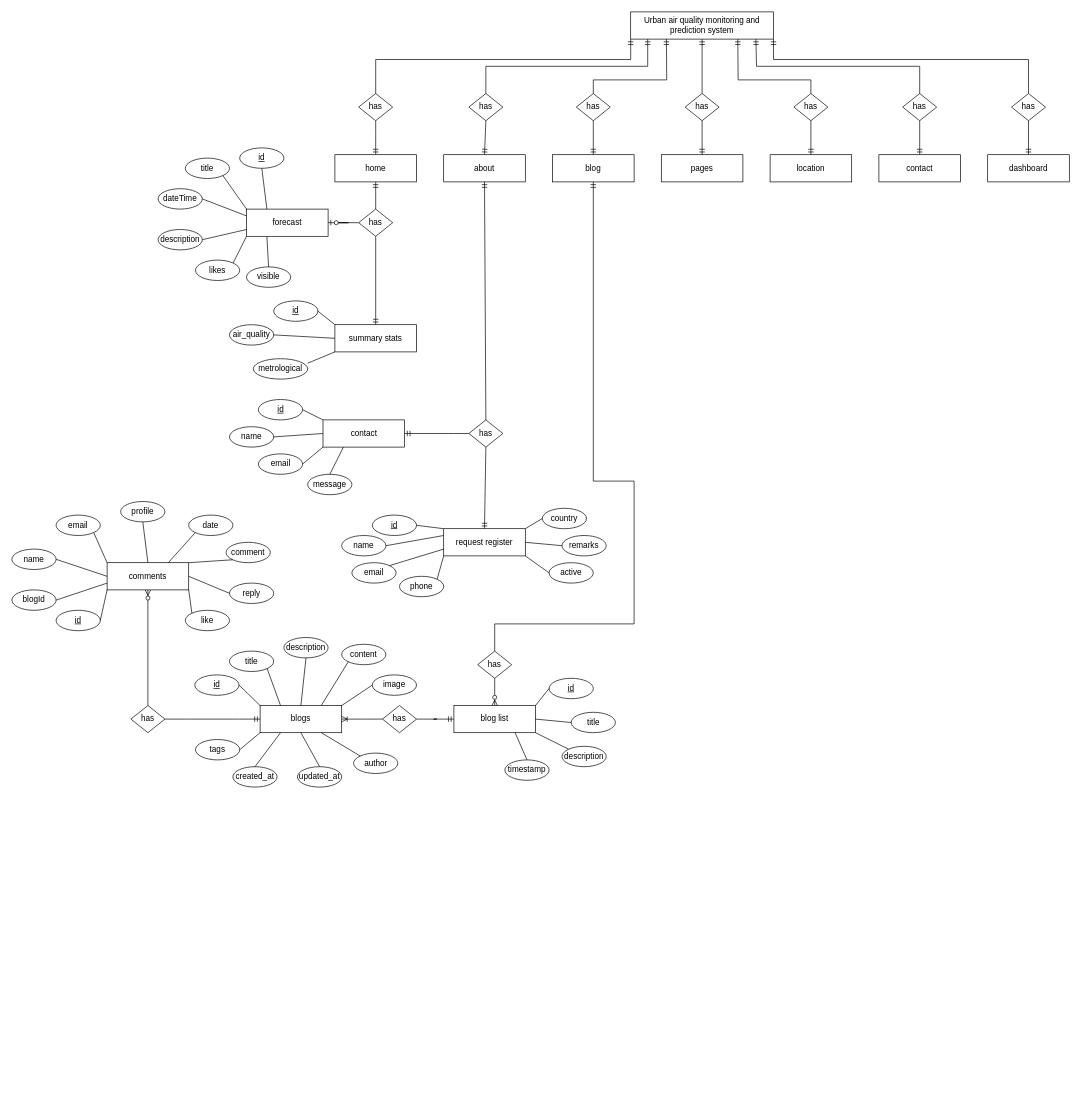
Before: air_quality/erd.drawio in kavicastelo/drawio, a draw.io diagram. Source tidied: cells renumbered, new cells numbered last; positions are measured from the earlier drawing's top-left corner, leaving out a move shared by most shapes. Both pictures are drawn from the tidied source at 68%, with x=0, y=0 at pixel (12, 12).
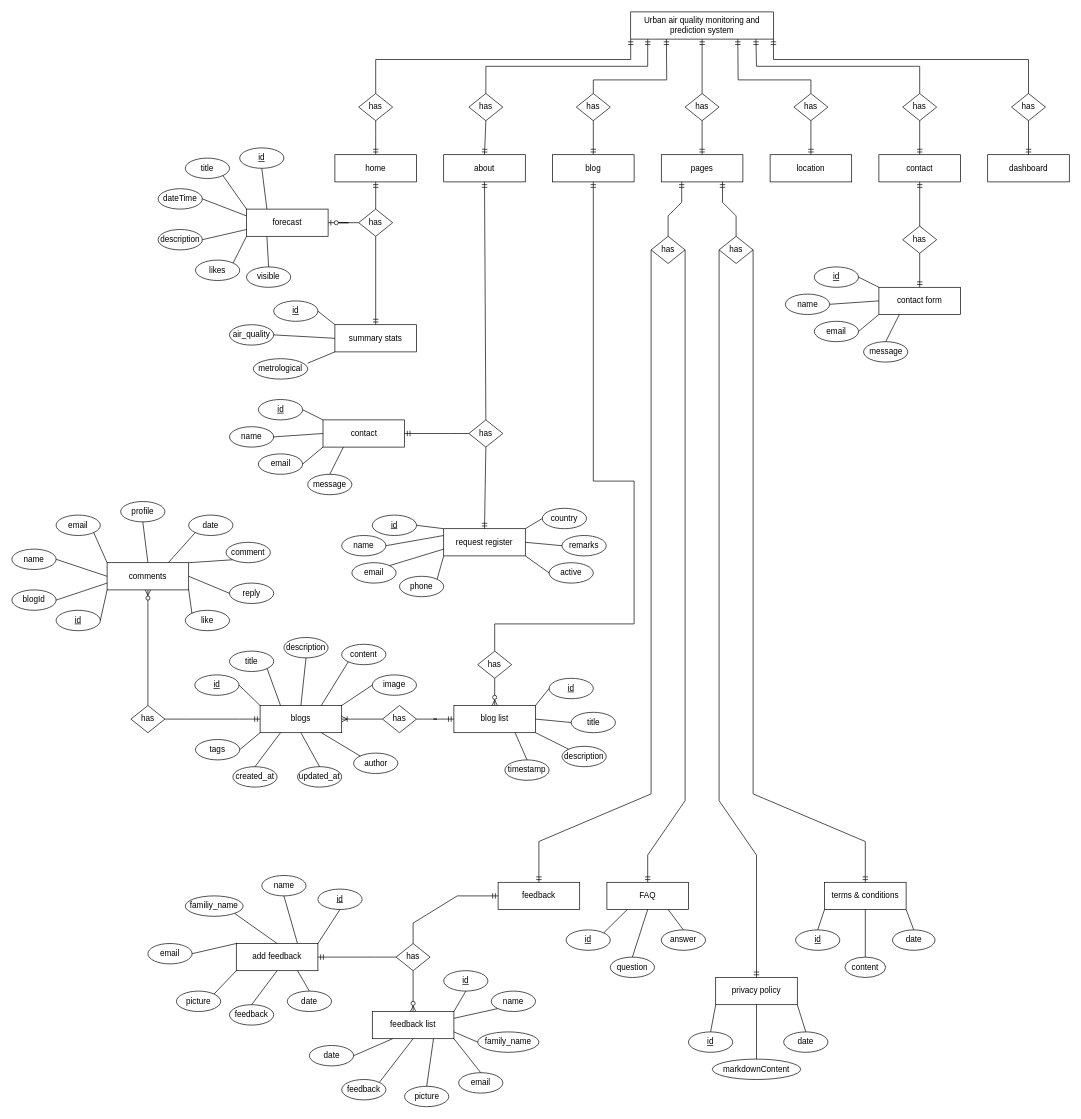
After the change.

The change refers to these unchanged cells:
```xml
<mxCell id="23" value="pages" style="rounded=0;whiteSpace=wrap;html=1;" parent="1" vertex="1">
  <mxGeometry x="955" y="210" width="120" height="40" as="geometry" />
</mxCell>
<mxCell id="24" value="contact" style="rounded=0;whiteSpace=wrap;html=1;" parent="1" vertex="1">
  <mxGeometry x="1275" y="210" width="120" height="40" as="geometry" />
</mxCell>
```

Change to the diagram source:
```diff
@@
+    <mxCell id="139" value="has" style="rhombus;whiteSpace=wrap;html=1;" parent="1" vertex="1">
+      <mxGeometry x="940" y="330" width="50" height="40" as="geometry" />
+    </mxCell>
+    <mxCell id="140" value="has" style="rhombus;whiteSpace=wrap;html=1;" parent="1" vertex="1">
+      <mxGeometry x="1040" y="330" width="50" height="40" as="geometry" />
+    </mxCell>
+    <mxCell id="141" style="fontSize=12;html=1;endArrow=ERmandOne;rounded=0;exitX=0.5;exitY=0;exitDx=0;exitDy=0;entryX=0.25;entryY=1;entryDx=0;entryDy=0;" parent="1" edge="1" source="139" target="23">
+      <mxGeometry relative="1" as="geometry">
+        <Array as="points">
+          <mxPoint x="965" y="300" />
+          <mxPoint x="985" y="280" />
+        </Array>
+      </mxGeometry>
+    </mxCell>
+    <mxCell id="142" style="fontSize=12;html=1;endArrow=ERmandOne;rounded=0;exitX=0.5;exitY=0;exitDx=0;exitDy=0;entryX=0.75;entryY=1;entryDx=0;entryDy=0;" parent="1" edge="1" source="140" target="23">
+      <mxGeometry relative="1" as="geometry">
+        <Array as="points">
+          <mxPoint x="1065" y="300" />
+          <mxPoint x="1045" y="280" />
+        </Array>
+      </mxGeometry>
+    </mxCell>
+    <mxCell id="143" value="feedback" style="rounded=0;whiteSpace=wrap;html=1;" parent="1" vertex="1">
+      <mxGeometry x="715" y="1280" width="120" height="40" as="geometry" />
+    </mxCell>
+    <mxCell id="144" value="FAQ" style="rounded=0;whiteSpace=wrap;html=1;" parent="1" vertex="1">
+      <mxGeometry x="875" y="1280" width="120" height="40" as="geometry" />
+    </mxCell>
+    <mxCell id="145" value="privacy policy" style="rounded=0;whiteSpace=wrap;html=1;" parent="1" vertex="1">
+      <mxGeometry x="1035" y="1420" width="120" height="40" as="geometry" />
+    </mxCell>
+    <mxCell id="146" value="terms &amp;amp; conditions" style="rounded=0;whiteSpace=wrap;html=1;" parent="1" vertex="1">
+      <mxGeometry x="1195" y="1280" width="120" height="40" as="geometry" />
+    </mxCell>
+    <mxCell id="147" style="fontSize=12;html=1;endArrow=ERmandOne;rounded=0;exitX=0;exitY=0.5;exitDx=0;exitDy=0;entryX=0.5;entryY=0;entryDx=0;entryDy=0;" parent="1" edge="1" source="139" target="143">
+      <mxGeometry relative="1" as="geometry">
+        <Array as="points">
+          <mxPoint x="940" y="1150" />
+          <mxPoint x="775" y="1220" />
+        </Array>
+      </mxGeometry>
+    </mxCell>
+    <mxCell id="148" style="fontSize=12;html=1;endArrow=ERmandOne;rounded=0;exitX=1;exitY=0.5;exitDx=0;exitDy=0;entryX=0.5;entryY=0;entryDx=0;entryDy=0;" parent="1" edge="1" source="139" target="144">
+      <mxGeometry relative="1" as="geometry">
+        <Array as="points">
+          <mxPoint x="990" y="1160" />
+          <mxPoint x="935" y="1240" />
+        </Array>
+      </mxGeometry>
+    </mxCell>
+    <mxCell id="149" style="fontSize=12;html=1;endArrow=ERmandOne;rounded=0;exitX=0;exitY=0.5;exitDx=0;exitDy=0;entryX=0.5;entryY=0;entryDx=0;entryDy=0;" parent="1" edge="1" source="140" target="145">
+      <mxGeometry relative="1" as="geometry">
+        <Array as="points">
+          <mxPoint x="1040" y="1160" />
+          <mxPoint x="1095" y="1240" />
+        </Array>
+      </mxGeometry>
+    </mxCell>
+    <mxCell id="150" style="fontSize=12;html=1;endArrow=ERmandOne;rounded=0;exitX=1;exitY=0.5;exitDx=0;exitDy=0;entryX=0.5;entryY=0;entryDx=0;entryDy=0;" parent="1" edge="1" source="140" target="146">
+      <mxGeometry relative="1" as="geometry">
+        <Array as="points">
+          <mxPoint x="1090" y="1150" />
+          <mxPoint x="1255" y="1220" />
+        </Array>
+      </mxGeometry>
+    </mxCell>
+    <mxCell id="151" value="has" style="rhombus;whiteSpace=wrap;html=1;" parent="1" vertex="1">
+      <mxGeometry x="565" y="1370" width="50" height="40" as="geometry" />
+    </mxCell>
+    <mxCell id="152" style="fontSize=12;html=1;endArrow=ERmandOne;rounded=0;exitX=0.5;exitY=0;exitDx=0;exitDy=0;entryX=0;entryY=0.5;entryDx=0;entryDy=0;" parent="1" edge="1" source="151" target="143">
+      <mxGeometry relative="1" as="geometry">
+        <Array as="points">
+          <mxPoint x="590" y="1340" />
+          <mxPoint x="655" y="1300" />
+        </Array>
+      </mxGeometry>
+    </mxCell>
+    <mxCell id="153" value="feedback list" style="rounded=0;whiteSpace=wrap;html=1;" parent="1" vertex="1">
+      <mxGeometry x="530" y="1470" width="120" height="40" as="geometry" />
+    </mxCell>
+    <mxCell id="154" value="add feedback" style="rounded=0;whiteSpace=wrap;html=1;" parent="1" vertex="1">
+      <mxGeometry x="330" y="1370" width="120" height="40" as="geometry" />
+    </mxCell>
+    <mxCell id="155" style="edgeStyle=entityRelationEdgeStyle;fontSize=12;html=1;endArrow=ERmandOne;rounded=0;exitX=0;exitY=0.5;exitDx=0;exitDy=0;entryX=1;entryY=0.5;entryDx=0;entryDy=0;" parent="1" edge="1" source="151" target="154">
+      <mxGeometry relative="1" as="geometry">
+        <Array as="points">
+          <mxPoint x="565" y="1390" />
+          <mxPoint x="565" y="1390" />
+        </Array>
+      </mxGeometry>
+    </mxCell>
+    <mxCell id="156" style="fontSize=12;html=1;endArrow=ERzeroToMany;endFill=1;rounded=0;exitX=0.5;exitY=1;exitDx=0;exitDy=0;entryX=0.5;entryY=0;entryDx=0;entryDy=0;" parent="1" edge="1" source="151" target="153">
+      <mxGeometry relative="1" as="geometry" />
+    </mxCell>
+    <mxCell id="157" value="&lt;u&gt;id&lt;/u&gt;" style="ellipse;whiteSpace=wrap;html=1;" parent="1" vertex="1">
+      <mxGeometry x="450" y="1290" width="65" height="30" as="geometry" />
+    </mxCell>
+    <mxCell id="158" value="name" style="ellipse;whiteSpace=wrap;html=1;" parent="1" vertex="1">
+      <mxGeometry x="367.5" y="1270" width="65" height="30" as="geometry" />
+    </mxCell>
+    <mxCell id="159" value="familiy_name" style="ellipse;whiteSpace=wrap;html=1;" parent="1" vertex="1">
+      <mxGeometry x="255" y="1300" width="85" height="30" as="geometry" />
+    </mxCell>
+    <mxCell id="160" value="email" style="ellipse;whiteSpace=wrap;html=1;" parent="1" vertex="1">
+      <mxGeometry x="200" y="1370" width="65" height="30" as="geometry" />
+    </mxCell>
+    <mxCell id="161" value="picture" style="ellipse;whiteSpace=wrap;html=1;" parent="1" vertex="1">
+      <mxGeometry x="242" y="1440" width="65" height="30" as="geometry" />
+    </mxCell>
+    <mxCell id="162" value="feedback" style="ellipse;whiteSpace=wrap;html=1;" parent="1" vertex="1">
+      <mxGeometry x="320" y="1460" width="65" height="30" as="geometry" />
+    </mxCell>
+    <mxCell id="163" value="date" style="ellipse;whiteSpace=wrap;html=1;" parent="1" vertex="1">
+      <mxGeometry x="405" y="1440" width="65" height="30" as="geometry" />
+    </mxCell>
+    <mxCell id="164" value="date" style="ellipse;whiteSpace=wrap;html=1;" parent="1" vertex="1">
+      <mxGeometry x="437.5" y="1520" width="65" height="30" as="geometry" />
+    </mxCell>
+    <mxCell id="165" value="feedback" style="ellipse;whiteSpace=wrap;html=1;" parent="1" vertex="1">
+      <mxGeometry x="485" y="1570" width="65" height="30" as="geometry" />
+    </mxCell>
+    <mxCell id="166" value="picture" style="ellipse;whiteSpace=wrap;html=1;" parent="1" vertex="1">
+      <mxGeometry x="577.5" y="1580" width="65" height="30" as="geometry" />
+    </mxCell>
+    <mxCell id="167" value="email" style="ellipse;whiteSpace=wrap;html=1;" parent="1" vertex="1">
+      <mxGeometry x="657" y="1560" width="65" height="30" as="geometry" />
+    </mxCell>
+    <mxCell id="168" value="family_name" style="ellipse;whiteSpace=wrap;html=1;" parent="1" vertex="1">
+      <mxGeometry x="685" y="1500" width="90" height="30" as="geometry" />
+    </mxCell>
+    <mxCell id="169" value="name" style="ellipse;whiteSpace=wrap;html=1;" parent="1" vertex="1">
+      <mxGeometry x="705" y="1440" width="65" height="30" as="geometry" />
+    </mxCell>
+    <mxCell id="170" value="&lt;u&gt;id&lt;/u&gt;" style="ellipse;whiteSpace=wrap;html=1;" parent="1" vertex="1">
+      <mxGeometry x="635" y="1410" width="65" height="30" as="geometry" />
+    </mxCell>
+    <mxCell id="171" style="endArrow=none;html=1;rounded=0;exitX=1;exitY=0;exitDx=0;exitDy=0;entryX=0.5;entryY=1;entryDx=0;entryDy=0;" parent="1" edge="1" source="154" target="157">
+      <mxGeometry relative="1" as="geometry" />
+    </mxCell>
+    <mxCell id="172" style="endArrow=none;html=1;rounded=0;exitX=0.5;exitY=1;exitDx=0;exitDy=0;entryX=0.75;entryY=0;entryDx=0;entryDy=0;" parent="1" edge="1" source="158" target="154">
+      <mxGeometry relative="1" as="geometry" />
+    </mxCell>
+    <mxCell id="173" style="endArrow=none;html=1;rounded=0;exitX=1;exitY=1;exitDx=0;exitDy=0;entryX=0.5;entryY=0;entryDx=0;entryDy=0;" parent="1" edge="1" source="159" target="154">
+      <mxGeometry relative="1" as="geometry" />
+    </mxCell>
+    <mxCell id="174" style="endArrow=none;html=1;rounded=0;exitX=1;exitY=0.5;exitDx=0;exitDy=0;entryX=0;entryY=0;entryDx=0;entryDy=0;" parent="1" edge="1" source="160" target="154">
+      <mxGeometry relative="1" as="geometry" />
+    </mxCell>
+    <mxCell id="175" style="endArrow=none;html=1;rounded=0;exitX=1;exitY=0;exitDx=0;exitDy=0;entryX=0;entryY=1;entryDx=0;entryDy=0;" parent="1" edge="1" source="161" target="154">
+      <mxGeometry relative="1" as="geometry" />
+    </mxCell>
+    <mxCell id="176" style="endArrow=none;html=1;rounded=0;exitX=0.5;exitY=0;exitDx=0;exitDy=0;entryX=0.5;entryY=1;entryDx=0;entryDy=0;" parent="1" edge="1" source="162" target="154">
+      <mxGeometry relative="1" as="geometry" />
+    </mxCell>
+    <mxCell id="177" style="endArrow=none;html=1;rounded=0;exitX=0.5;exitY=0;exitDx=0;exitDy=0;entryX=0.75;entryY=1;entryDx=0;entryDy=0;" parent="1" edge="1" source="163" target="154">
+      <mxGeometry relative="1" as="geometry" />
+    </mxCell>
+    <mxCell id="178" style="endArrow=none;html=1;rounded=0;exitX=1;exitY=0;exitDx=0;exitDy=0;entryX=0.5;entryY=1;entryDx=0;entryDy=0;" parent="1" edge="1" source="153" target="170">
+      <mxGeometry relative="1" as="geometry" />
+    </mxCell>
+    <mxCell id="179" style="endArrow=none;html=1;rounded=0;exitX=1;exitY=0.25;exitDx=0;exitDy=0;entryX=0;entryY=1;entryDx=0;entryDy=0;" parent="1" edge="1" source="153" target="169">
+      <mxGeometry relative="1" as="geometry" />
+    </mxCell>
+    <mxCell id="180" style="endArrow=none;html=1;rounded=0;exitX=1;exitY=0.75;exitDx=0;exitDy=0;entryX=0;entryY=0.5;entryDx=0;entryDy=0;" parent="1" edge="1" source="153" target="168">
+      <mxGeometry relative="1" as="geometry" />
+    </mxCell>
+    <mxCell id="181" style="endArrow=none;html=1;rounded=0;exitX=1;exitY=1;exitDx=0;exitDy=0;entryX=0.5;entryY=0;entryDx=0;entryDy=0;" parent="1" edge="1" source="153" target="167">
+      <mxGeometry relative="1" as="geometry" />
+    </mxCell>
+    <mxCell id="182" style="endArrow=none;html=1;rounded=0;exitX=0.75;exitY=1;exitDx=0;exitDy=0;entryX=0.5;entryY=0;entryDx=0;entryDy=0;" parent="1" edge="1" source="153" target="166">
+      <mxGeometry relative="1" as="geometry" />
+    </mxCell>
+    <mxCell id="183" style="endArrow=none;html=1;rounded=0;exitX=1;exitY=0;exitDx=0;exitDy=0;entryX=0.5;entryY=1;entryDx=0;entryDy=0;" parent="1" edge="1" source="165" target="153">
+      <mxGeometry relative="1" as="geometry" />
+    </mxCell>
+    <mxCell id="184" style="endArrow=none;html=1;rounded=0;exitX=1;exitY=0.5;exitDx=0;exitDy=0;entryX=0.25;entryY=1;entryDx=0;entryDy=0;" parent="1" edge="1" source="164" target="153">
+      <mxGeometry relative="1" as="geometry" />
+    </mxCell>
+    <mxCell id="185" value="&lt;u&gt;id&lt;/u&gt;" style="ellipse;whiteSpace=wrap;html=1;" parent="1" vertex="1">
+      <mxGeometry x="815" y="1350" width="65" height="30" as="geometry" />
+    </mxCell>
+    <mxCell id="186" value="question" style="ellipse;whiteSpace=wrap;html=1;" parent="1" vertex="1">
+      <mxGeometry x="880" y="1390" width="65" height="30" as="geometry" />
+    </mxCell>
+    <mxCell id="187" value="answer" style="ellipse;whiteSpace=wrap;html=1;" parent="1" vertex="1">
+      <mxGeometry x="955" y="1350" width="65" height="30" as="geometry" />
+    </mxCell>
+    <mxCell id="188" style="endArrow=none;html=1;rounded=0;exitX=1;exitY=0;exitDx=0;exitDy=0;entryX=0.25;entryY=1;entryDx=0;entryDy=0;" parent="1" edge="1" source="185" target="144">
+      <mxGeometry relative="1" as="geometry" />
+    </mxCell>
+    <mxCell id="189" style="endArrow=none;html=1;rounded=0;exitX=0.5;exitY=0;exitDx=0;exitDy=0;entryX=0.5;entryY=1;entryDx=0;entryDy=0;" parent="1" edge="1" source="186" target="144">
+      <mxGeometry relative="1" as="geometry" />
+    </mxCell>
+    <mxCell id="190" style="endArrow=none;html=1;rounded=0;exitX=0.75;exitY=1;exitDx=0;exitDy=0;entryX=0.5;entryY=0;entryDx=0;entryDy=0;" parent="1" edge="1" source="144" target="187">
+      <mxGeometry relative="1" as="geometry" />
+    </mxCell>
+    <mxCell id="191" value="&lt;u&gt;id&lt;/u&gt;" style="ellipse;whiteSpace=wrap;html=1;" parent="1" vertex="1">
+      <mxGeometry x="995" y="1500" width="65" height="30" as="geometry" />
+    </mxCell>
+    <mxCell id="192" value="markdownContent" style="ellipse;whiteSpace=wrap;html=1;" parent="1" vertex="1">
+      <mxGeometry x="1030" y="1540" width="130" height="30" as="geometry" />
+    </mxCell>
+    <mxCell id="193" value="date" style="ellipse;whiteSpace=wrap;html=1;" parent="1" vertex="1">
+      <mxGeometry x="1135" y="1500" width="65" height="30" as="geometry" />
+    </mxCell>
+    <mxCell id="194" style="endArrow=none;html=1;rounded=0;exitX=0.5;exitY=0;exitDx=0;exitDy=0;entryX=0;entryY=1;entryDx=0;entryDy=0;" parent="1" edge="1" source="191" target="145">
+      <mxGeometry relative="1" as="geometry" />
+    </mxCell>
+    <mxCell id="195" style="endArrow=none;html=1;rounded=0;entryX=0.5;entryY=0;entryDx=0;entryDy=0;exitX=1;exitY=1;exitDx=0;exitDy=0;" parent="1" edge="1" source="145" target="193">
+      <mxGeometry relative="1" as="geometry" />
+    </mxCell>
+    <mxCell id="196" style="endArrow=none;html=1;rounded=0;exitX=0.5;exitY=0;exitDx=0;exitDy=0;entryX=0.5;entryY=1;entryDx=0;entryDy=0;" parent="1" edge="1" source="192" target="145">
+      <mxGeometry relative="1" as="geometry" />
+    </mxCell>
+    <mxCell id="197" value="&lt;u&gt;id&lt;/u&gt;" style="ellipse;whiteSpace=wrap;html=1;" parent="1" vertex="1">
+      <mxGeometry x="1152.5" y="1350" width="65" height="30" as="geometry" />
+    </mxCell>
+    <mxCell id="198" value="content" style="ellipse;whiteSpace=wrap;html=1;" parent="1" vertex="1">
+      <mxGeometry x="1225" y="1390" width="60" height="30" as="geometry" />
+    </mxCell>
+    <mxCell id="199" value="date" style="ellipse;whiteSpace=wrap;html=1;" parent="1" vertex="1">
+      <mxGeometry x="1295" y="1350" width="62.5" height="30" as="geometry" />
+    </mxCell>
+    <mxCell id="200" style="endArrow=none;html=1;rounded=0;exitX=0;exitY=1;exitDx=0;exitDy=0;entryX=0.5;entryY=0;entryDx=0;entryDy=0;" parent="1" edge="1" source="146" target="197">
+      <mxGeometry relative="1" as="geometry" />
+    </mxCell>
+    <mxCell id="201" style="endArrow=none;html=1;rounded=0;exitX=1;exitY=1;exitDx=0;exitDy=0;entryX=0.5;entryY=0;entryDx=0;entryDy=0;" parent="1" edge="1" source="146" target="199">
+      <mxGeometry relative="1" as="geometry" />
+    </mxCell>
+    <mxCell id="202" style="endArrow=none;html=1;rounded=0;exitX=0.5;exitY=1;exitDx=0;exitDy=0;" parent="1" edge="1" source="146" target="198">
+      <mxGeometry relative="1" as="geometry" />
+    </mxCell>
+    <mxCell id="203" value="contact form" style="rounded=0;whiteSpace=wrap;html=1;" parent="1" vertex="1">
+      <mxGeometry x="1275" y="405" width="120" height="40" as="geometry" />
+    </mxCell>
+    <mxCell id="204" value="&lt;u&gt;id&lt;/u&gt;" style="ellipse;whiteSpace=wrap;html=1;" parent="1" vertex="1">
+      <mxGeometry x="1180" y="375" width="65" height="30" as="geometry" />
+    </mxCell>
+    <mxCell id="205" value="name" style="ellipse;whiteSpace=wrap;html=1;" parent="1" vertex="1">
+      <mxGeometry x="1137.5" y="415" width="65" height="30" as="geometry" />
+    </mxCell>
+    <mxCell id="206" value="email" style="ellipse;whiteSpace=wrap;html=1;" parent="1" vertex="1">
+      <mxGeometry x="1180" y="455" width="65" height="30" as="geometry" />
+    </mxCell>
+    <mxCell id="207" value="message" style="ellipse;whiteSpace=wrap;html=1;" parent="1" vertex="1">
+      <mxGeometry x="1252.5" y="485" width="65" height="30" as="geometry" />
+    </mxCell>
+    <mxCell id="208" style="endArrow=none;html=1;rounded=0;exitX=1;exitY=0.5;exitDx=0;exitDy=0;entryX=0;entryY=0;entryDx=0;entryDy=0;" parent="1" edge="1" source="204" target="203">
+      <mxGeometry relative="1" as="geometry" />
+    </mxCell>
+    <mxCell id="209" style="endArrow=none;html=1;rounded=0;exitX=1;exitY=0.5;exitDx=0;exitDy=0;entryX=0;entryY=0.5;entryDx=0;entryDy=0;" parent="1" edge="1" source="205" target="203">
+      <mxGeometry relative="1" as="geometry" />
+    </mxCell>
+    <mxCell id="210" style="endArrow=none;html=1;rounded=0;exitX=1;exitY=0.5;exitDx=0;exitDy=0;entryX=0;entryY=1;entryDx=0;entryDy=0;" parent="1" edge="1" source="206" target="203">
+      <mxGeometry relative="1" as="geometry" />
+    </mxCell>
+    <mxCell id="211" style="endArrow=none;html=1;rounded=0;exitX=0.5;exitY=0;exitDx=0;exitDy=0;entryX=0.25;entryY=1;entryDx=0;entryDy=0;" parent="1" edge="1" source="207" target="203">
+      <mxGeometry relative="1" as="geometry" />
+    </mxCell>
+    <mxCell id="212" value="has" style="rhombus;whiteSpace=wrap;html=1;" parent="1" vertex="1">
+      <mxGeometry x="1310" y="315" width="50" height="40" as="geometry" />
+    </mxCell>
+    <mxCell id="213" style="fontSize=12;html=1;endArrow=ERmandOne;rounded=0;exitX=0.5;exitY=0;exitDx=0;exitDy=0;entryX=0.5;entryY=1;entryDx=0;entryDy=0;" parent="1" edge="1" source="212" target="24">
+      <mxGeometry relative="1" as="geometry" />
+    </mxCell>
+    <mxCell id="214" style="fontSize=12;html=1;endArrow=ERmandOne;rounded=0;exitX=0.5;exitY=1;exitDx=0;exitDy=0;entryX=0.5;entryY=0;entryDx=0;entryDy=0;" parent="1" edge="1" source="212" target="203">
+      <mxGeometry relative="1" as="geometry" />
+    </mxCell>
```
